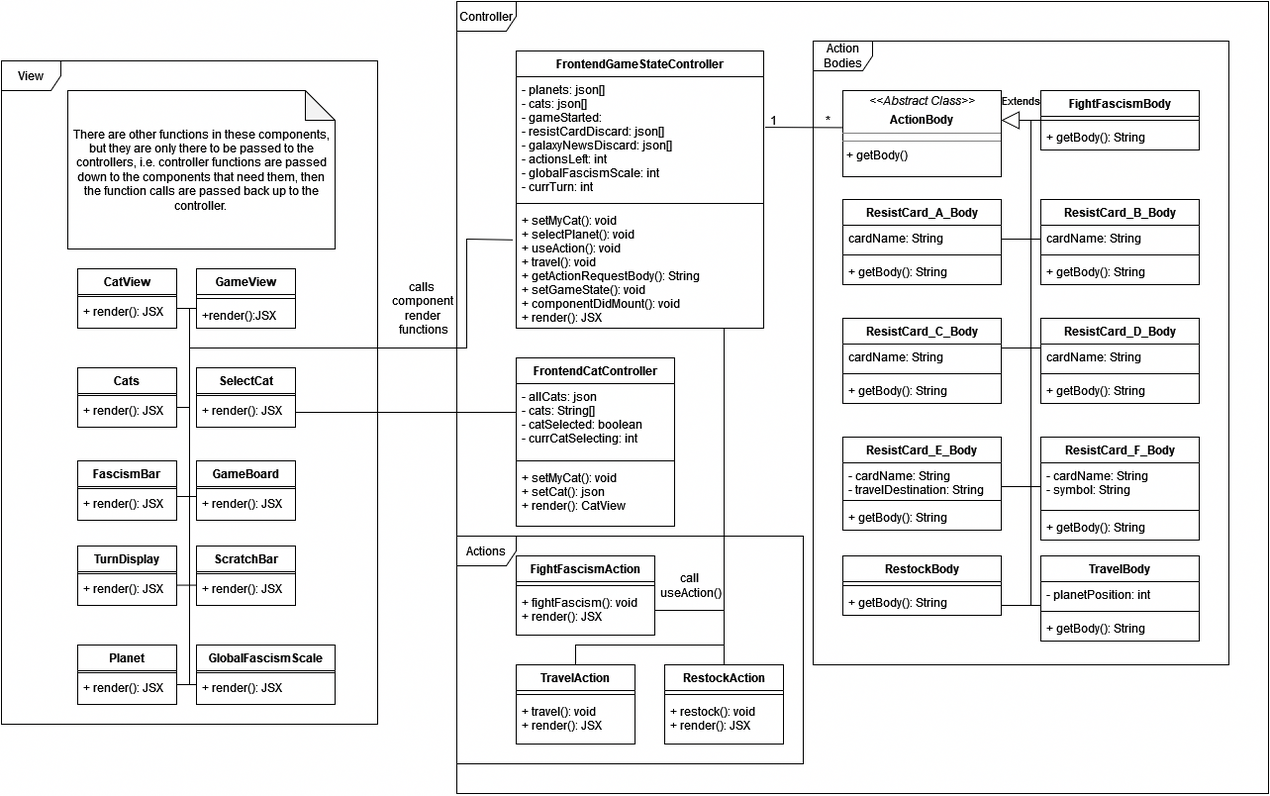
Earlier version of the draw.io export UML/frontend-UML.png (Benjru/SCFF-BNW). Source tidied: cells renumbered, new cells last; positions are measured from the earlier drawing's top-left corner, leaving out a move shared by most shapes.
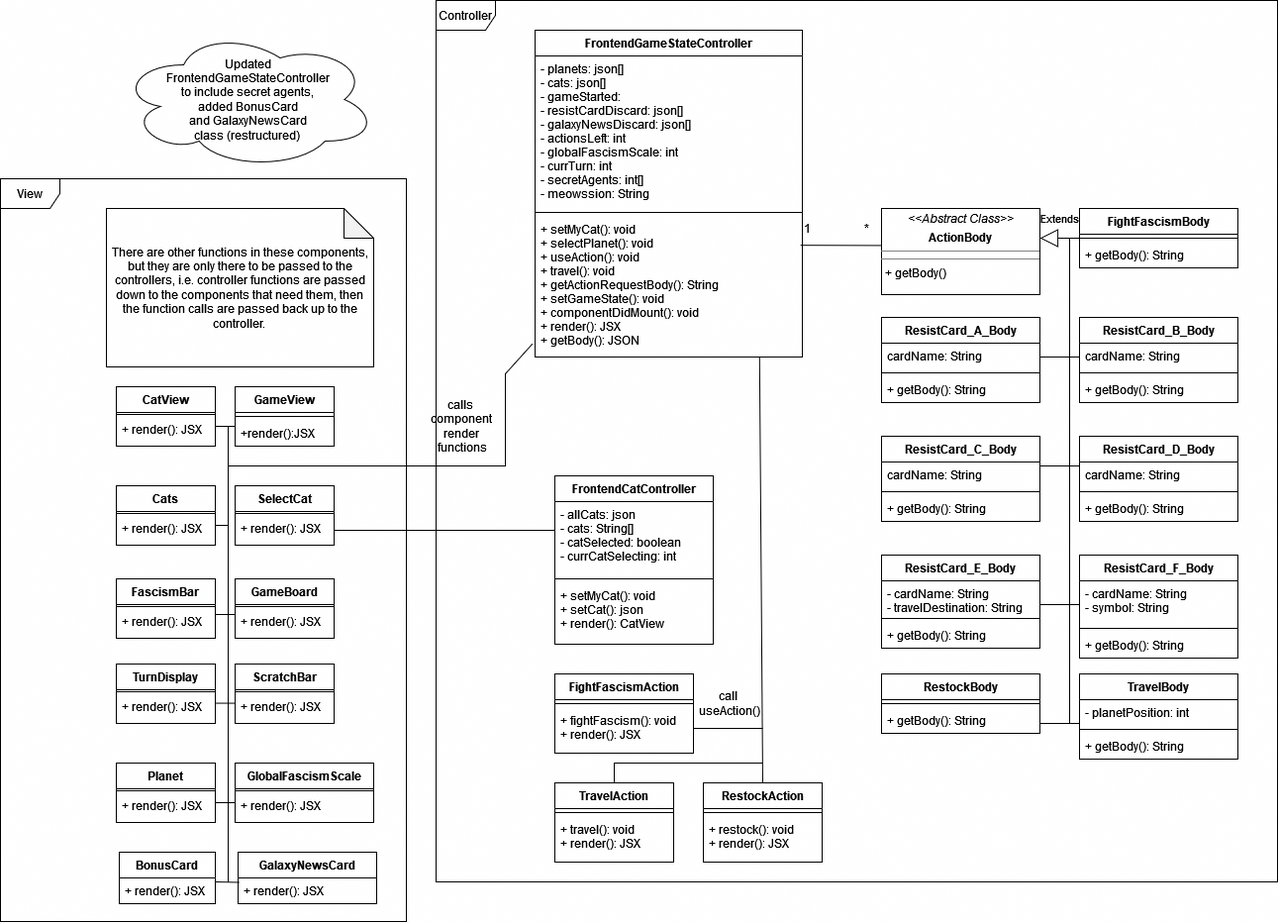
After the commit.

The edit, as a diff of the source:
```diff
@@ -162,16 +162,16 @@
       <mxGeometry y="108" width="160" height="62" as="geometry" />
     </mxCell>
     <mxCell id="48" value="FrontendGameStateController" style="swimlane;fontStyle=1;align=center;verticalAlign=top;horizontal=1;startSize=26;" parent="1" vertex="1">
-      <mxGeometry x="520" y="50" width="250" height="280" as="geometry" />
+      <mxGeometry x="500" y="-90" width="270" height="330" as="geometry" />
     </mxCell>
-    <mxCell id="49" value="- planets: json[]&#10;- cats: json[]&#10;- gameStarted: &#10;- resistCardDiscard: json[]&#10;- galaxyNewsDiscard: json[]&#10;- actionsLeft: int&#10;- globalFascismScale: int&#10;- currTurn: int&#10;" style="text;strokeColor=none;fillColor=none;align=left;verticalAlign=top;spacingLeft=4;spacingRight=4;overflow=hidden;points=[[0,0.5],[1,0.5]];portConstraint=eastwest;" parent="48" vertex="1">
-      <mxGeometry y="26" width="250" height="124" as="geometry" />
+    <mxCell id="49" value="- planets: json[]&#10;- cats: json[]&#10;- gameStarted: &#10;- resistCardDiscard: json[]&#10;- galaxyNewsDiscard: json[]&#10;- actionsLeft: int&#10;- globalFascismScale: int&#10;- currTurn: int&#10;- secretAgents: int[]&#10;- meowssion: String&#10;&#10;" style="text;strokeColor=none;fillColor=none;align=left;verticalAlign=top;spacingLeft=4;spacingRight=4;overflow=hidden;points=[[0,0.5],[1,0.5]];portConstraint=eastwest;" parent="48" vertex="1">
+      <mxGeometry y="26" width="270" height="154" as="geometry" />
     </mxCell>
     <mxCell id="50" style="line;strokeWidth=1;fillColor=none;align=left;verticalAlign=middle;spacingTop=-1;spacingLeft=3;spacingRight=3;labelPosition=right;strokeColor=inherit;" parent="48" vertex="1">
-      <mxGeometry y="150" width="250" height="8" as="geometry" />
+      <mxGeometry y="180" width="270" height="8" as="geometry" />
     </mxCell>
-    <mxCell id="51" value="+ setMyCat(): void&#10;+ selectPlanet(): void&#10;+ useAction(): void&#10;+ travel(): void&#10;+ getActionRequestBody(): String&#10;+ setGameState(): void&#10;+ componentDidMount(): void&#10;+ render(): JSX&#10;" style="text;strokeColor=none;fillColor=none;align=left;verticalAlign=top;spacingLeft=4;spacingRight=4;overflow=hidden;points=[[0,0.5],[1,0.5]];portConstraint=eastwest;" parent="48" vertex="1">
-      <mxGeometry y="158" width="250" height="122" as="geometry" />
+    <mxCell id="51" value="+ setMyCat(): void&#10;+ selectPlanet(): void&#10;+ useAction(): void&#10;+ travel(): void&#10;+ getActionRequestBody(): String&#10;+ setGameState(): void&#10;+ componentDidMount(): void&#10;+ render(): JSX&#10;+ getBody(): JSON&#10;&#10;" style="text;strokeColor=none;fillColor=none;align=left;verticalAlign=top;spacingLeft=4;spacingRight=4;overflow=hidden;points=[[0,0.5],[1,0.5]];portConstraint=eastwest;" parent="48" vertex="1">
+      <mxGeometry y="188" width="270" height="142" as="geometry" />
     </mxCell>
     <mxCell id="52" value="CatView" style="swimlane;fontStyle=1;align=center;verticalAlign=top;horizontal=1;startSize=26;" parent="1" vertex="1">
       <mxGeometry x="77" y="270" width="100" height="60" as="geometry" />
@@ -293,14 +293,14 @@
     <mxCell id="91" value="+ render(): JSX" style="text;strokeColor=none;fillColor=none;align=left;verticalAlign=top;spacingLeft=4;spacingRight=4;overflow=hidden;" parent="89" vertex="1">
       <mxGeometry y="30" width="100" height="30" as="geometry" />
     </mxCell>
-    <mxCell id="92" style="endArrow=none;html=1;rounded=0;entryX=0.005;entryY=0.43;entryDx=0;entryDy=0;entryPerimeter=0;exitX=1.002;exitY=0.412;exitDx=0;exitDy=0;exitPerimeter=0;" parent="1" edge="1" source="49" target="42">
+    <mxCell id="92" style="endArrow=none;html=1;rounded=0;entryX=0.005;entryY=0.43;entryDx=0;entryDy=0;entryPerimeter=0;exitX=0.267;exitY=1.072;exitDx=0;exitDy=0;exitPerimeter=0;" parent="1" edge="1" source="93" target="42">
       <mxGeometry relative="1" as="geometry" />
     </mxCell>
     <mxCell id="93" value="1" style="text;html=1;align=center;verticalAlign=middle;points=[];strokeColor=none;fillColor=none;" parent="1" vertex="1">
-      <mxGeometry x="765" y="105" width="30" height="30" as="geometry" />
+      <mxGeometry x="760" y="95" width="30" height="30" as="geometry" />
     </mxCell>
     <mxCell id="94" value="*" style="text;html=1;align=center;verticalAlign=middle;strokeColor=none;fillColor=none;" parent="1" vertex="1">
-      <mxGeometry x="820" y="105" width="30" height="30" as="geometry" />
+      <mxGeometry x="820" y="95" width="30" height="30" as="geometry" />
     </mxCell>
     <mxCell id="95" style="endArrow=none;html=1;rounded=0;exitX=1;exitY=0.75;exitDx=0;exitDy=0;entryX=-0.002;entryY=0.392;entryDx=0;entryDy=0;entryPerimeter=0;" parent="1" edge="1" source="59" target="45">
       <mxGeometry relative="1" as="geometry" />
@@ -341,12 +341,12 @@
         <mxPoint x="197" y="310" as="targetPoint" />
       </mxGeometry>
     </mxCell>
-    <mxCell id="102" style="endArrow=none;html=1;rounded=0;entryX=-0.013;entryY=0.269;entryDx=0;entryDy=0;entryPerimeter=0;" parent="1" edge="1" target="51">
+    <mxCell id="102" style="endArrow=none;html=1;rounded=0;entryX=-0.009;entryY=0.905;entryDx=0;entryDy=0;entryPerimeter=0;" parent="1" edge="1" target="51">
       <mxGeometry relative="1" as="geometry">
         <mxPoint x="190" y="350" as="sourcePoint" />
         <Array as="points">
           <mxPoint x="470" y="350" />
-          <mxPoint x="470" y="240" />
+          <mxPoint x="470" y="257" />
         </Array>
       </mxGeometry>
     </mxCell>
@@ -373,17 +373,37 @@
     <mxCell id="107" value="&lt;div&gt;call&lt;/div&gt;&lt;div&gt;&amp;nbsp;useAction()&lt;/div&gt;" style="text;html=1;align=center;verticalAlign=middle;strokeColor=none;fillColor=none;" parent="1" vertex="1">
       <mxGeometry x="650" y="570" width="90" height="40" as="geometry" />
     </mxCell>
+    <mxCell id="112" value="&lt;div&gt;Updated&lt;/div&gt;&lt;div&gt;FrontendGameStateController&lt;/div&gt;&lt;div&gt;to include secret agents,&lt;/div&gt;&lt;div&gt;added BonusCard&lt;/div&gt;&lt;div&gt;and GalaxyNewsCard&lt;/div&gt;&lt;div&gt;class (restructured)&lt;br&gt;&lt;/div&gt;" style="ellipse;shape=cloud;whiteSpace=wrap;html=1;" parent="1" vertex="1">
+      <mxGeometry x="80" y="-90" width="260" height="140" as="geometry" />
+    </mxCell>
+    <mxCell id="113" value="BonusCard" style="swimlane;fontStyle=1;horizontal=1;startSize=26;fillColor=none;" parent="1" vertex="1">
+      <mxGeometry x="80" y="740" width="97" height="52" as="geometry" />
+    </mxCell>
+    <mxCell id="114" value="+ render(): JSX" style="text;strokeColor=none;fillColor=none;align=left;verticalAlign=top;spacingLeft=4;spacingRight=4;overflow=hidden;" parent="113" vertex="1">
+      <mxGeometry y="26" width="97" height="26" as="geometry" />
+    </mxCell>
+    <mxCell id="115" value="GalaxyNewsCard" style="swimlane;fontStyle=1;horizontal=1;startSize=26;fillColor=none;" parent="1" vertex="1">
+      <mxGeometry x="200" y="740" width="140" height="52" as="geometry" />
+    </mxCell>
+    <mxCell id="116" value="+ render(): JSX" style="text;strokeColor=none;fillColor=none;align=left;verticalAlign=top;spacingLeft=4;spacingRight=4;overflow=hidden;points=[[0,0.5],[1,0.5]];portConstraint=eastwest;" parent="115" vertex="1">
+      <mxGeometry y="26" width="140" height="26" as="geometry" />
+    </mxCell>
+    <mxCell id="117" style="endArrow=none;html=1;rounded=0;" parent="1" edge="1">
+      <mxGeometry relative="1" as="geometry">
+        <mxPoint x="190" y="770" as="sourcePoint" />
+        <mxPoint x="190" y="690" as="targetPoint" />
+      </mxGeometry>
+    </mxCell>
+    <mxCell id="118" style="endArrow=none;html=1;rounded=0;entryX=0.01;entryY=0.173;entryDx=0;entryDy=0;entryPerimeter=0;" parent="1" edge="1" target="116">
+      <mxGeometry relative="1" as="geometry">
+        <mxPoint x="177" y="770" as="sourcePoint" />
+      </mxGeometry>
+    </mxCell>
+    <mxCell id="111" value="Controller" style="shape=umlFrame;whiteSpace=wrap;html=1;" parent="1" vertex="1">
+      <mxGeometry x="400" y="-120" width="850" height="890" as="geometry" />
+    </mxCell>
     <mxCell id="108" value="View" style="shape=umlFrame;whiteSpace=wrap;html=1;" parent="1" vertex="1">
-      <mxGeometry y="60" width="380" height="670" as="geometry" />
+      <mxGeometry x="-40" y="60" width="410" height="750" as="geometry" />
     </mxCell>
-    <mxCell id="109" value="Actions" style="shape=umlFrame;whiteSpace=wrap;html=1;" parent="1" vertex="1">
-      <mxGeometry x="460" y="540" width="350" height="230" as="geometry" />
-    </mxCell>
-    <mxCell id="110" value="&lt;div&gt;Action&lt;/div&gt;&lt;div&gt;Bodies&lt;/div&gt;" style="shape=umlFrame;whiteSpace=wrap;html=1;" parent="1" vertex="1">
-      <mxGeometry x="820" y="40" width="420" height="630" as="geometry" />
-    </mxCell>
-    <mxCell id="111" value="Controller" style="shape=umlFrame;whiteSpace=wrap;html=1;" parent="1" vertex="1">
-      <mxGeometry x="460" width="820" height="800" as="geometry" />
-    </mxCell>
   </root>
 </mxGraphModel>
```
